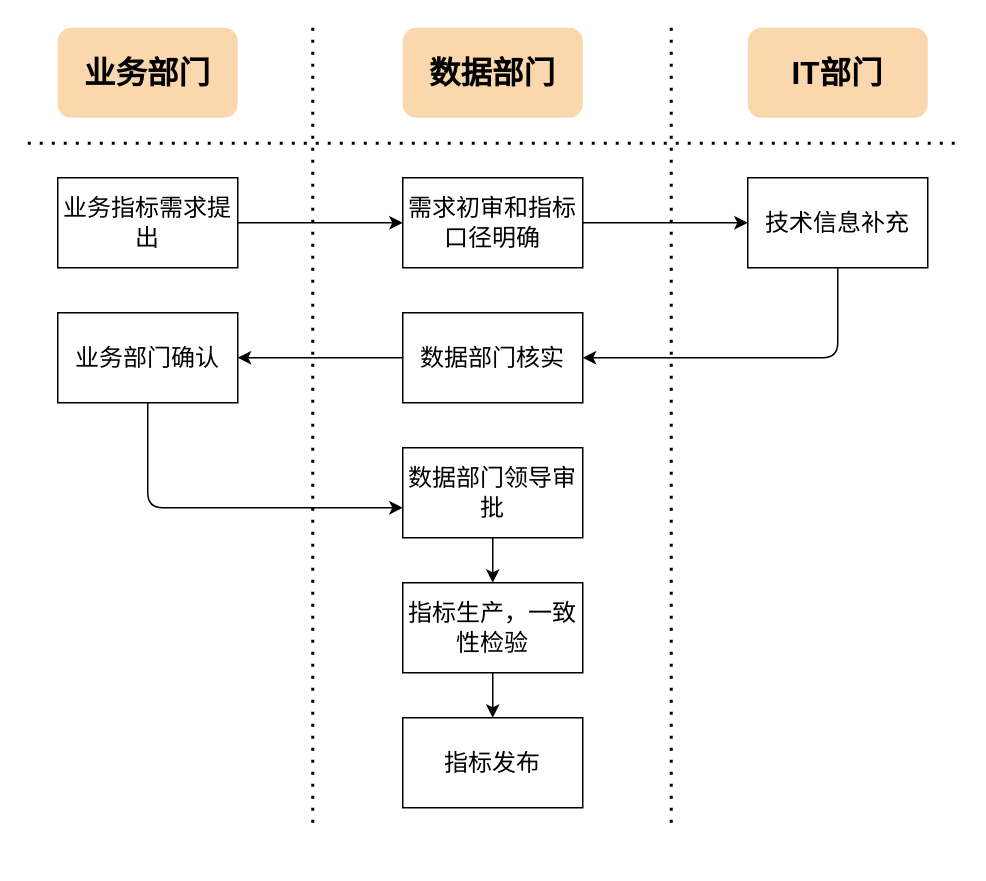
Above: 指标管理规范流程图.drawio in AndySongAndy/hello-world (draw.io), before the change. Source tidied: cells renumbered, new cells numbered last; positions are measured from the earlier drawing's top-left corner, leaving out a move shared by most shapes. Both pictures are drawn from the tidied source at 150%, with x=0, y=0 at pixel (27, 27).
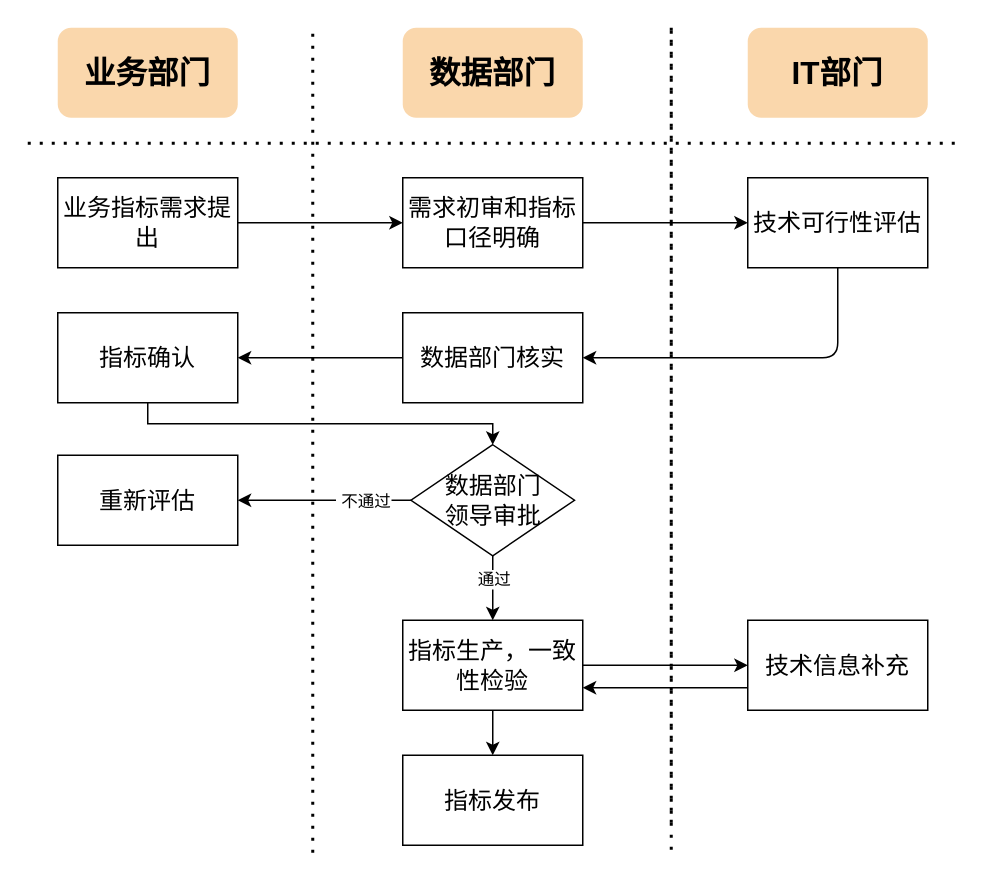
Above is the later version.

Commit message:
Update 指标管理规范流程图.drawio

Change to the diagram source:
```diff
@@
-    <mxCell id="9" value="技术信息补充" style="rounded=0;whiteSpace=wrap;html=1;fontSize=16;" parent="1" vertex="1">
+    <mxCell id="9" value="技术可行性评估" style="rounded=0;whiteSpace=wrap;html=1;fontSize=16;" parent="1" vertex="1">
       <mxGeometry x="480" y="100" width="120" height="60" as="geometry" />
     </mxCell>
@@
-    <mxCell id="11" style="edgeStyle=orthogonalEdgeStyle;rounded=1;jettySize=auto;html=1;fontSize=16;" parent="1" edge="1" source="12" target="18">
-      <mxGeometry relative="1" as="geometry" />
-    </mxCell>
-    <mxCell id="12" value="数据部门领导审批" style="rounded=0;whiteSpace=wrap;html=1;fontSize=16;" parent="1" vertex="1">
-      <mxGeometry x="250" y="280" width="120" height="60" as="geometry" />
-    </mxCell>
@@
-    <mxCell id="15" style="edgeStyle=orthogonalEdgeStyle;rounded=1;jettySize=auto;html=1;fontSize=16;" parent="1" edge="1" source="16" target="12">
-      <mxGeometry relative="1" as="geometry">
-        <Array as="points">
-          <mxPoint x="80" y="320" />
-        </Array>
-      </mxGeometry>
-    </mxCell>
+    <mxCell id="23" style="edgeStyle=orthogonalEdgeStyle;rounded=0;jettySize=auto;html=1;entryX=0.5;entryY=0;entryDx=0;entryDy=0;exitX=0.5;exitY=1;exitDx=0;exitDy=0;" parent="1" edge="1" source="16" target="29">
+      <mxGeometry relative="1" as="geometry">
+        <Array as="points">
+          <mxPoint x="80" y="264" />
+          <mxPoint x="310" y="264" />
+        </Array>
+      </mxGeometry>
+    </mxCell>
-    <mxCell id="16" value="业务部门确认" style="rounded=0;whiteSpace=wrap;html=1;fontSize=16;" parent="1" vertex="1">
+    <mxCell id="16" value="指标确认" style="rounded=0;whiteSpace=wrap;html=1;fontSize=16;" parent="1" vertex="1">
       <mxGeometry x="20" y="190" width="120" height="60" as="geometry" />
     </mxCell>
@@
+    <mxCell id="24" style="edgeStyle=orthogonalEdgeStyle;rounded=0;jettySize=auto;html=1;" parent="1" edge="1" source="18" target="33">
+      <mxGeometry relative="1" as="geometry" />
+    </mxCell>
     <mxCell id="18" value="指标生产，一致性检验" style="rounded=0;whiteSpace=wrap;html=1;fontSize=16;" parent="1" vertex="1">
-      <mxGeometry x="250" y="370" width="120" height="60" as="geometry" />
+      <mxGeometry x="250" y="395" width="120" height="60" as="geometry" />
     </mxCell>
     <mxCell id="19" value="指标发布" style="rounded=0;whiteSpace=wrap;html=1;fontSize=16;" parent="1" vertex="1">
-      <mxGeometry x="250" y="460" width="120" height="60" as="geometry" />
+      <mxGeometry x="250" y="485" width="120" height="60" as="geometry" />
     </mxCell>
     <mxCell id="20" style="endArrow=none;dashed=1;html=1;dashPattern=1 3;strokeWidth=2;fontSize=16;" parent="1" edge="1">
       <mxGeometry relative="1" as="geometry">
-        <mxPoint x="190" y="530" as="sourcePoint" />
+        <mxPoint x="190" y="550" as="sourcePoint" />
         <mxPoint x="190" as="targetPoint" />
       </mxGeometry>
     </mxCell>
@@
+    <mxCell id="25" style="edgeStyle=orthogonalEdgeStyle;rounded=0;jettySize=auto;html=1;" parent="1" edge="1" source="29" target="18">
+      <mxGeometry relative="1" as="geometry">
+        <Array as="points">
+          <mxPoint x="310" y="370" />
+          <mxPoint x="310" y="370" />
+        </Array>
+      </mxGeometry>
+    </mxCell>
+    <mxCell id="26" value="通过" style="edgeLabel;html=1;align=center;verticalAlign=middle;" parent="25" vertex="1">
+      <mxGeometry x="-0.31" y="3" relative="1" as="geometry">
+        <mxPoint x="-3" as="offset" />
+      </mxGeometry>
+    </mxCell>
+    <mxCell id="27" style="edgeStyle=orthogonalEdgeStyle;rounded=0;jettySize=auto;html=1;entryX=1;entryY=0.5;entryDx=0;entryDy=0;" parent="1" edge="1" source="29" target="30">
+      <mxGeometry relative="1" as="geometry" />
+    </mxCell>
+    <mxCell id="28" value="&amp;nbsp;不通过" style="edgeLabel;html=1;align=center;verticalAlign=middle;" parent="27" vertex="1">
+      <mxGeometry x="-0.18" y="2" relative="1" as="geometry">
+        <mxPoint x="15" y="-2" as="offset" />
+      </mxGeometry>
+    </mxCell>
+    <mxCell id="29" value="&lt;span style=&quot;font-size: 16px&quot;&gt;数据部门&lt;br&gt;领导审批&lt;/span&gt;" style="rhombus;whiteSpace=wrap;html=1;" parent="1" vertex="1">
+      <mxGeometry x="255.5" y="278" width="109" height="74" as="geometry" />
+    </mxCell>
+    <mxCell id="30" value="重新评估" style="rounded=0;whiteSpace=wrap;html=1;fontSize=16;" parent="1" vertex="1">
+      <mxGeometry x="20" y="285" width="120" height="60" as="geometry" />
+    </mxCell>
+    <mxCell id="31" style="endArrow=none;dashed=1;html=1;dashPattern=1 3;strokeWidth=2;fontSize=16;" parent="1" edge="1">
+      <mxGeometry relative="1" as="geometry">
+        <mxPoint x="429" y="548" as="sourcePoint" />
+        <mxPoint x="429" as="targetPoint" />
+      </mxGeometry>
+    </mxCell>
+    <mxCell id="32" style="edgeStyle=orthogonalEdgeStyle;rounded=0;jettySize=auto;html=1;entryX=1;entryY=0.75;entryDx=0;entryDy=0;exitX=0;exitY=0.75;exitDx=0;exitDy=0;" parent="1" edge="1" source="33" target="18">
+      <mxGeometry relative="1" as="geometry" />
+    </mxCell>
+    <mxCell id="33" value="技术信息补充" style="rounded=0;whiteSpace=wrap;html=1;fontSize=16;" parent="1" vertex="1">
+      <mxGeometry x="480" y="395" width="120" height="60" as="geometry" />
+    </mxCell>
```
